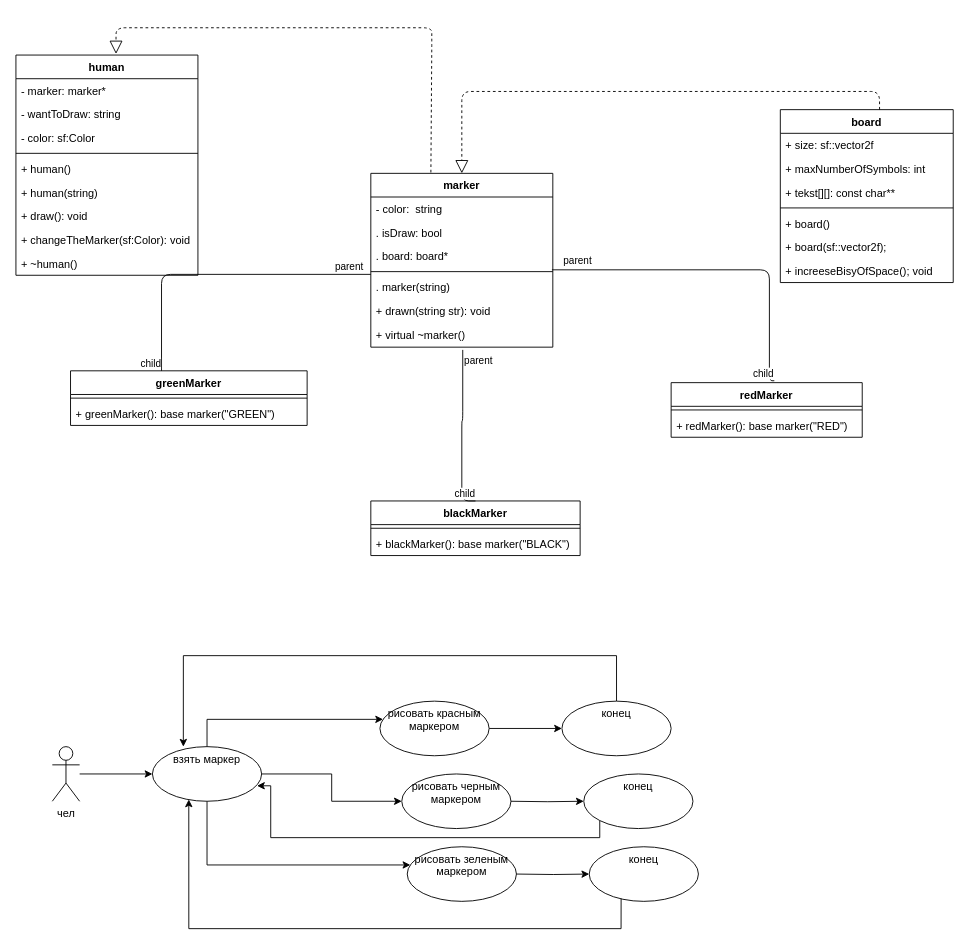
This is PENCILE.drawio from nfb1N/drawio, a draw.io file, before an edit. Source tidied: cells renumbered, new cells numbered last; positions are measured from the earlier drawing's top-left corner, leaving out a move shared by most shapes. Both pictures are drawn from the tidied source at 91%, with x=0, y=0 at pixel (15, 27).
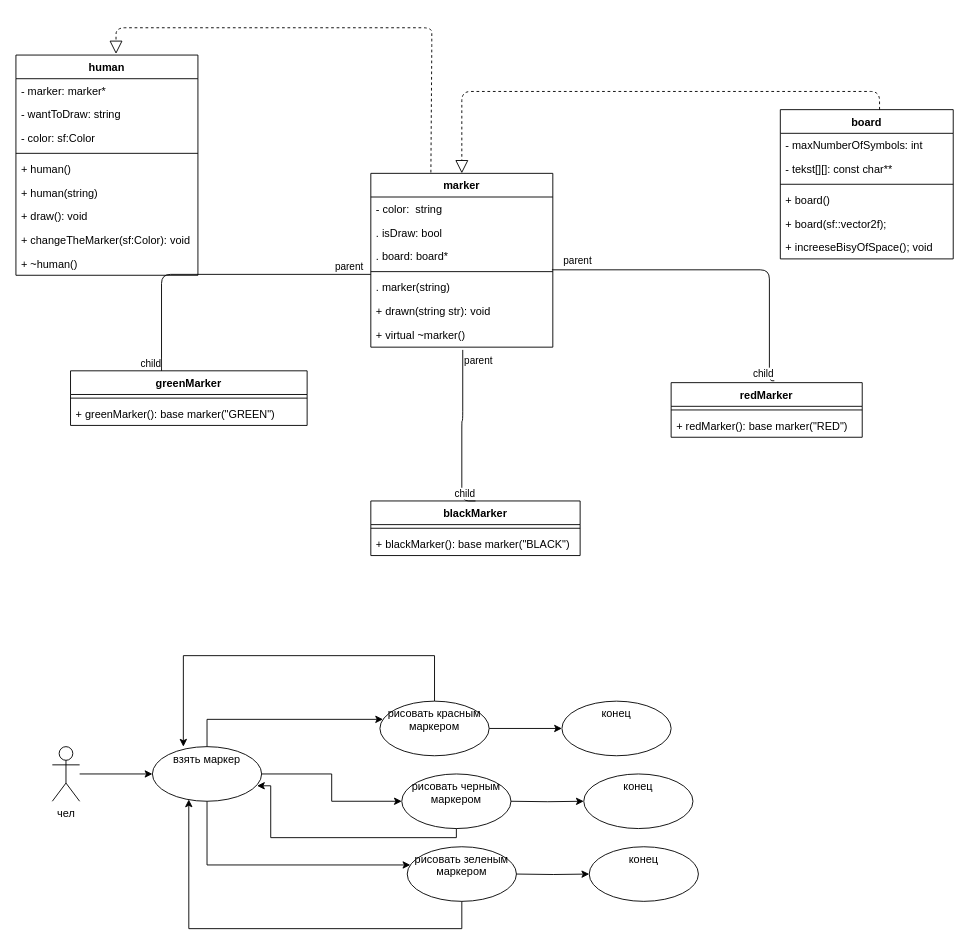
Above is the later version.

The change refers to these unchanged cells:
```xml
<mxCell id="53" value="взять маркер" style="ellipse;whiteSpace=wrap;html=1;verticalAlign=top;" parent="1" vertex="1">
  <mxGeometry x="150" y="790" width="120" height="60" as="geometry" />
</mxCell>
<mxCell id="56" value="рисовать красным маркером" style="ellipse;whiteSpace=wrap;html=1;verticalAlign=top;" parent="1" vertex="1">
  <mxGeometry x="400" y="740" width="120" height="60" as="geometry" />
</mxCell>
<mxCell id="57" value="рисовать черным&lt;br&gt;маркером" style="ellipse;whiteSpace=wrap;html=1;verticalAlign=top;" parent="1" vertex="1">
  <mxGeometry x="424" y="820" width="120" height="60" as="geometry" />
</mxCell>
<mxCell id="58" value="рисовать зеленым&lt;br&gt;маркером" style="ellipse;whiteSpace=wrap;html=1;verticalAlign=top;" parent="1" vertex="1">
  <mxGeometry x="430" y="900" width="120" height="60" as="geometry" />
</mxCell>
<mxCell id="59" value="конец" style="ellipse;whiteSpace=wrap;html=1;verticalAlign=top;" parent="1" vertex="1">
  <mxGeometry x="600" y="740" width="120" height="60" as="geometry" />
</mxCell>
<mxCell id="62" value="конец" style="ellipse;whiteSpace=wrap;html=1;verticalAlign=top;" parent="1" vertex="1">
  <mxGeometry x="624" y="820" width="120" height="60" as="geometry" />
</mxCell>
<mxCell id="64" value="конец" style="ellipse;whiteSpace=wrap;html=1;verticalAlign=top;" parent="1" vertex="1">
  <mxGeometry x="630" y="900" width="120" height="60" as="geometry" />
</mxCell>
```

What changed in the source:
```diff
@@
     <mxCell id="28" value="board" style="swimlane;fontStyle=1;align=center;verticalAlign=top;horizontal=1;startSize=26;" parent="1" vertex="1">
-      <mxGeometry x="840" y="90" width="190" height="190" as="geometry" />
+      <mxGeometry x="840" y="90" width="190" height="164" as="geometry" />
     </mxCell>
-    <mxCell id="29" value="+ size: sf::vector2f" style="text;strokeColor=none;fillColor=none;align=left;verticalAlign=top;spacingLeft=4;spacingRight=4;overflow=hidden;" parent="28" vertex="1">
-      <mxGeometry y="26" width="190" height="26" as="geometry" />
-    </mxCell>
-    <mxCell id="30" value="+ maxNumberOfSymbols: int" style="text;strokeColor=none;fillColor=none;align=left;verticalAlign=top;spacingLeft=4;spacingRight=4;overflow=hidden;" parent="28" vertex="1">
-      <mxGeometry y="52" width="190" height="26" as="geometry" />
+    <mxCell id="30" value="- maxNumberOfSymbols: int" style="text;strokeColor=none;fillColor=none;align=left;verticalAlign=top;spacingLeft=4;spacingRight=4;overflow=hidden;" parent="28" vertex="1">
+      <mxGeometry y="26" width="190" height="26" as="geometry" />
     </mxCell>
-    <mxCell id="31" value="+ tekst[][]: const char**" style="text;strokeColor=none;fillColor=none;align=left;verticalAlign=top;spacingLeft=4;spacingRight=4;overflow=hidden;" parent="28" vertex="1">
-      <mxGeometry y="78" width="190" height="26" as="geometry" />
+    <mxCell id="31" value="- tekst[][]: const char**" style="text;strokeColor=none;fillColor=none;align=left;verticalAlign=top;spacingLeft=4;spacingRight=4;overflow=hidden;" parent="28" vertex="1">
+      <mxGeometry y="52" width="190" height="26" as="geometry" />
     </mxCell>
     <mxCell id="32" style="line;strokeWidth=1;fillColor=none;align=left;verticalAlign=middle;spacingTop=-1;spacingLeft=3;spacingRight=3;labelPosition=right;" parent="28" vertex="1">
-      <mxGeometry y="104" width="190" height="8" as="geometry" />
+      <mxGeometry y="78" width="190" height="8" as="geometry" />
     </mxCell>
     <mxCell id="33" value="+ board()" style="text;strokeColor=none;fillColor=none;align=left;verticalAlign=top;spacingLeft=4;spacingRight=4;overflow=hidden;" parent="28" vertex="1">
-      <mxGeometry y="112" width="190" height="26" as="geometry" />
+      <mxGeometry y="86" width="190" height="26" as="geometry" />
     </mxCell>
     <mxCell id="34" value="+ board(sf::vector2f);" style="text;strokeColor=none;fillColor=none;align=left;verticalAlign=top;spacingLeft=4;spacingRight=4;overflow=hidden;" parent="28" vertex="1">
-      <mxGeometry y="138" width="190" height="26" as="geometry" />
+      <mxGeometry y="112" width="190" height="26" as="geometry" />
     </mxCell>
     <mxCell id="35" value="+ increeseBisyOfSpace(); void" style="text;strokeColor=none;fillColor=none;align=left;verticalAlign=top;spacingLeft=4;spacingRight=4;overflow=hidden;" parent="28" vertex="1">
-      <mxGeometry y="164" width="190" height="26" as="geometry" />
+      <mxGeometry y="138" width="190" height="26" as="geometry" />
     </mxCell>
@@
-    <mxCell id="55" style="edgeStyle=orthogonalEdgeStyle;rounded=0;jettySize=auto;html=1;entryX=0.283;entryY=0;entryDx=0;entryDy=0;entryPerimeter=0;exitX=0.5;exitY=0;exitDx=0;exitDy=0;" parent="1" edge="1" source="59" target="53">
+    <mxCell id="55" style="edgeStyle=orthogonalEdgeStyle;rounded=0;jettySize=auto;html=1;entryX=0.283;entryY=0;entryDx=0;entryDy=0;entryPerimeter=0;exitX=0.5;exitY=0;exitDx=0;exitDy=0;" parent="1" edge="1" source="56" target="53">
       <mxGeometry relative="1" as="geometry">
         <Array as="points">
-          <mxPoint x="660" y="690" />
+          <mxPoint x="460" y="690" />
           <mxPoint x="184" y="690" />
         </Array>
       </mxGeometry>
     </mxCell>
@@
-    <mxCell id="60" style="edgeStyle=orthogonalEdgeStyle;rounded=0;jettySize=auto;html=1;entryX=0.958;entryY=0.717;entryDx=0;entryDy=0;entryPerimeter=0;exitX=0;exitY=1;exitDx=0;exitDy=0;" parent="1" edge="1" source="62" target="53">
+    <mxCell id="60" style="edgeStyle=orthogonalEdgeStyle;rounded=0;jettySize=auto;html=1;entryX=0.958;entryY=0.717;entryDx=0;entryDy=0;entryPerimeter=0;exitX=0.5;exitY=1;exitDx=0;exitDy=0;" parent="1" edge="1" source="57" target="53">
       <mxGeometry relative="1" as="geometry">
         <Array as="points">
-          <mxPoint x="642" y="890" />
+          <mxPoint x="484" y="890" />
           <mxPoint x="280" y="890" />
           <mxPoint x="280" y="833" />
         </Array>
       </mxGeometry>
     </mxCell>
@@
-    <mxCell id="65" style="edgeStyle=orthogonalEdgeStyle;rounded=0;jettySize=auto;html=1;entryX=0.333;entryY=0.967;entryDx=0;entryDy=0;entryPerimeter=0;exitX=0.292;exitY=0.95;exitDx=0;exitDy=0;exitPerimeter=0;" parent="1" edge="1" source="64" target="53">
+    <mxCell id="65" style="edgeStyle=orthogonalEdgeStyle;rounded=0;jettySize=auto;html=1;entryX=0.333;entryY=0.967;entryDx=0;entryDy=0;entryPerimeter=0;exitX=0.5;exitY=1;exitDx=0;exitDy=0;" parent="1" edge="1" source="58" target="53">
       <mxGeometry relative="1" as="geometry">
         <Array as="points">
-          <mxPoint x="665" y="990" />
+          <mxPoint x="490" y="990" />
           <mxPoint x="190" y="990" />
         </Array>
       </mxGeometry>
     </mxCell>
```
